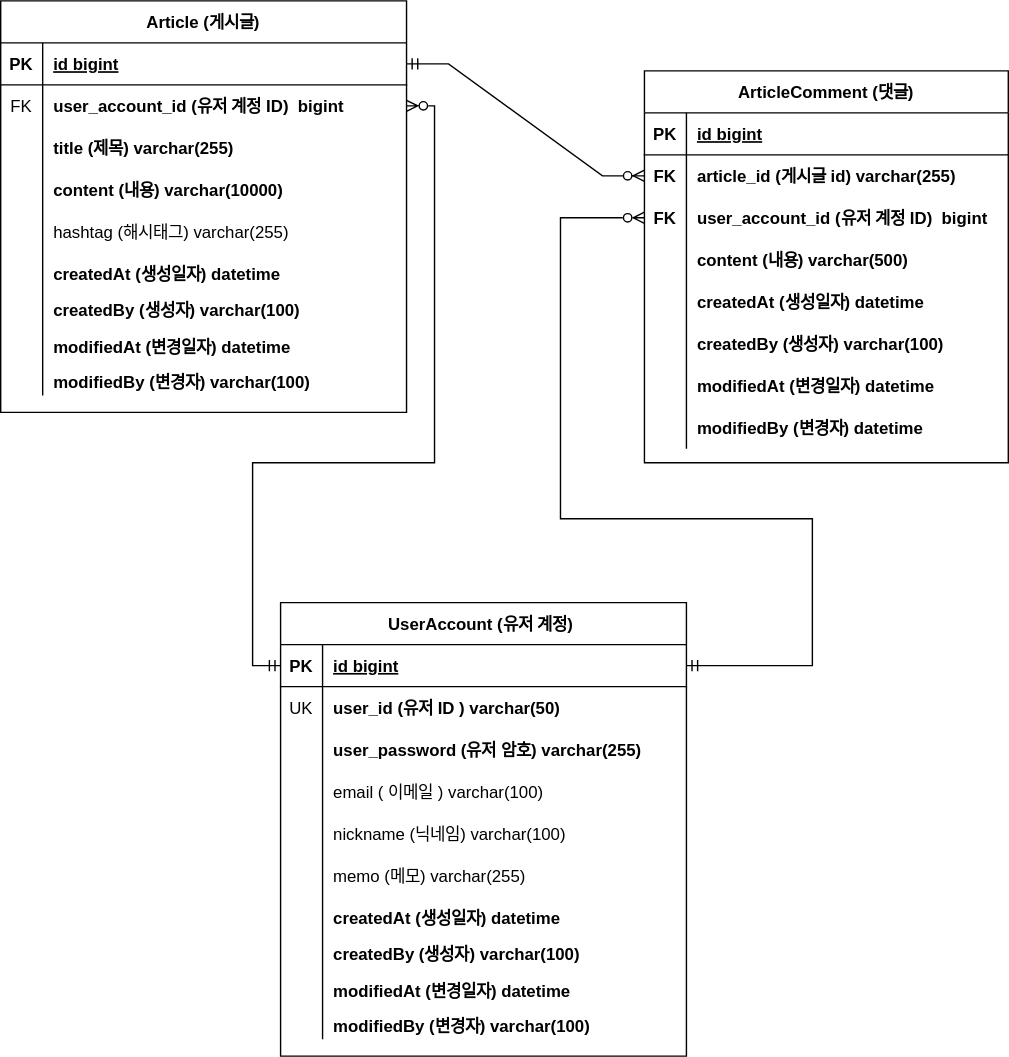
The draw.io diagram document/project-board-erd.svg in TwOneZero/fastcampus-project-board, before a commit. Source tidied: cells renumbered, new cells last; positions are measured from the earlier drawing's top-left corner, leaving out a move shared by most shapes.
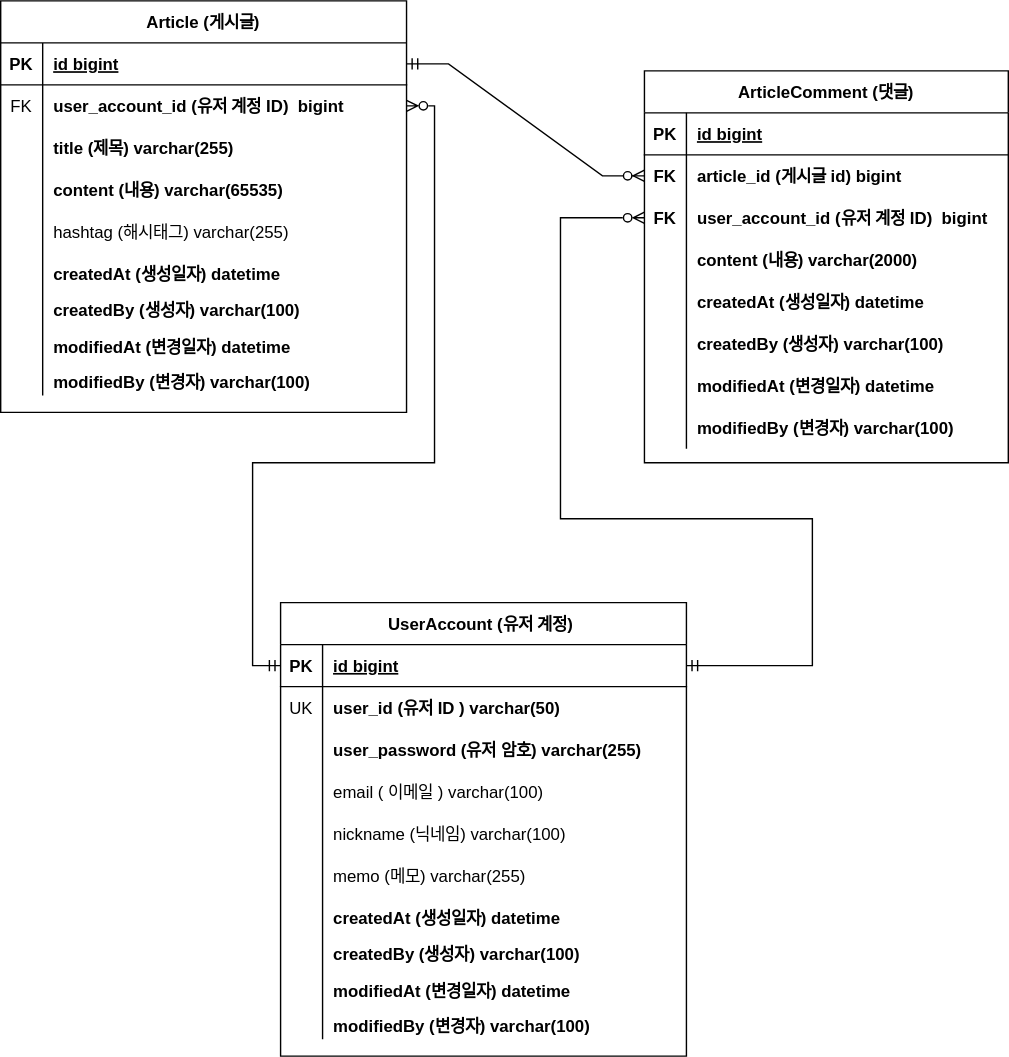
After the change.

Commit message:
#19 - 잘못된 erd 수정

* 데이터 타입 수정

Change to the diagram source:
```diff
@@ -38,7 +38,7 @@
     <mxCell id="13" style="shape=partialRectangle;overflow=hidden;fillColor=none;top=0;left=0;bottom=0;right=0;" parent="12" vertex="1">
       <mxGeometry width="30" height="30" as="geometry" />
     </mxCell>
-    <mxCell id="14" value="content (내용) varchar(10000)" style="shape=partialRectangle;overflow=hidden;fillColor=none;top=0;left=0;bottom=0;right=0;align=left;spacingLeft=6;fontStyle=1;" parent="12" vertex="1">
+    <mxCell id="14" value="content (내용) varchar(65535)" style="shape=partialRectangle;overflow=hidden;fillColor=none;top=0;left=0;bottom=0;right=0;align=left;spacingLeft=6;fontStyle=1;" parent="12" vertex="1">
       <mxGeometry x="30" width="260" height="30" as="geometry" />
     </mxCell>
     <mxCell id="15" style="shape=partialRectangle;fillColor=none;top=0;left=0;right=0;bottom=0;" parent="2" vertex="1">
@@ -104,7 +104,7 @@
     <mxCell id="35" value="FK" style="shape=partialRectangle;overflow=hidden;fillColor=none;top=0;left=0;bottom=0;right=0;fontStyle=1;" parent="34" vertex="1">
       <mxGeometry width="30" height="30" as="geometry" />
     </mxCell>
-    <mxCell id="36" value="article_id (게시글 id) varchar(255) " style="shape=partialRectangle;overflow=hidden;fillColor=none;top=0;left=0;bottom=0;right=0;align=left;spacingLeft=6;fontStyle=1;" parent="34" vertex="1">
+    <mxCell id="36" value="article_id (게시글 id) bigint" style="shape=partialRectangle;overflow=hidden;fillColor=none;top=0;left=0;bottom=0;right=0;align=left;spacingLeft=6;fontStyle=1;" parent="34" vertex="1">
       <mxGeometry x="30" width="230" height="30" as="geometry" />
     </mxCell>
     <mxCell id="37" style="shape=partialRectangle;fillColor=none;points=[[0,0.5],[1,0.5]];portConstraint=eastwest;top=0;left=0;right=0;bottom=0;" parent="30" vertex="1">
@@ -122,7 +122,7 @@
     <mxCell id="41" style="shape=partialRectangle;overflow=hidden;fillColor=none;top=0;left=0;bottom=0;right=0;" parent="40" vertex="1">
       <mxGeometry width="30" height="30" as="geometry" />
     </mxCell>
-    <mxCell id="42" value="content (내용) varchar(500) " style="shape=partialRectangle;overflow=hidden;fillColor=none;top=0;left=0;bottom=0;right=0;align=left;spacingLeft=6;fontStyle=1;" parent="40" vertex="1">
+    <mxCell id="42" value="content (내용) varchar(2000) " style="shape=partialRectangle;overflow=hidden;fillColor=none;top=0;left=0;bottom=0;right=0;align=left;spacingLeft=6;fontStyle=1;" parent="40" vertex="1">
       <mxGeometry x="30" width="230" height="30" as="geometry" />
     </mxCell>
     <mxCell id="43" style="shape=partialRectangle;fillColor=none;top=0;left=0;right=0;bottom=0;" parent="30" vertex="1">
@@ -158,7 +158,7 @@
     <mxCell id="53" style="shape=partialRectangle;overflow=hidden;fillColor=none;top=0;left=0;bottom=0;right=0;" parent="52" vertex="1">
       <mxGeometry width="30" height="30" as="geometry" />
     </mxCell>
-    <mxCell id="54" value="modifiedBy (변경자) datetime" style="shape=partialRectangle;overflow=hidden;fillColor=none;top=0;left=0;bottom=0;right=0;align=left;spacingLeft=6;fontStyle=1;" parent="52" vertex="1">
+    <mxCell id="54" value="modifiedBy (변경자) varchar(100)" style="shape=partialRectangle;overflow=hidden;fillColor=none;top=0;left=0;bottom=0;right=0;align=left;spacingLeft=6;fontStyle=1;" parent="52" vertex="1">
       <mxGeometry x="30" width="230" height="30" as="geometry" />
     </mxCell>
     <mxCell id="55" style="edgeStyle=entityRelationEdgeStyle;fontSize=12;html=1;endArrow=ERzeroToMany;startArrow=ERmandOne;rounded=0;" parent="1" edge="1" source="3" target="34">
```
